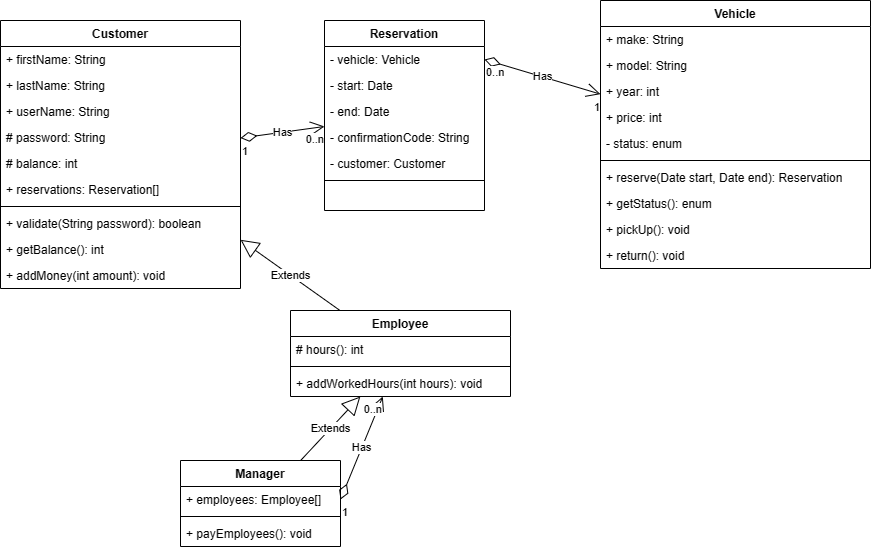
Above: docs/OtherDiagrams/class_diagrams.png in masoncfrancis/CS3450-5-App (draw.io), before the change. Source tidied: cells renumbered, new cells last; positions are measured from the earlier drawing's top-left corner, leaving out a move shared by most shapes.
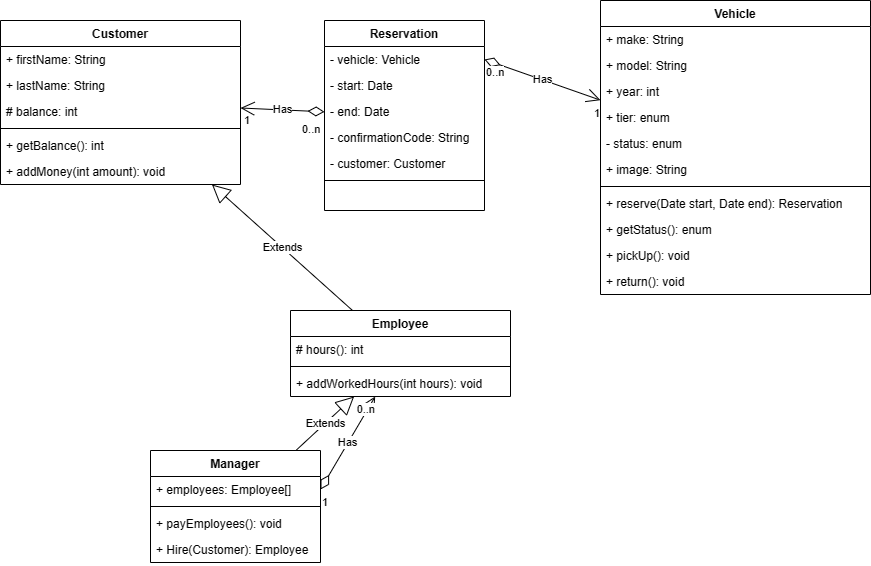
The same file after the commit.

Commit message:
updated class diagrams

The edit, as a diff of the source:
```diff
@@ -3,7 +3,7 @@
     <mxCell id="0" />
     <mxCell id="1" parent="0" />
     <mxCell id="2" value="Customer" style="swimlane;fontStyle=1;align=center;verticalAlign=top;horizontal=1;startSize=26;" parent="1" vertex="1">
-      <mxGeometry y="20" width="240" height="268" as="geometry" />
+      <mxGeometry y="20" width="240" height="164" as="geometry" />
     </mxCell>
     <mxCell id="3" value="+ firstName: String" style="text;strokeColor=none;fillColor=none;align=left;verticalAlign=top;spacingLeft=4;spacingRight=4;overflow=hidden;" parent="2" vertex="1">
       <mxGeometry y="26" width="240" height="26" as="geometry" />
@@ -11,29 +11,17 @@
     <mxCell id="4" value="+ lastName: String" style="text;strokeColor=none;fillColor=none;align=left;verticalAlign=top;spacingLeft=4;spacingRight=4;overflow=hidden;" parent="2" vertex="1">
       <mxGeometry y="52" width="240" height="26" as="geometry" />
     </mxCell>
-    <mxCell id="5" value="+ userName: String" style="text;strokeColor=none;fillColor=none;align=left;verticalAlign=top;spacingLeft=4;spacingRight=4;overflow=hidden;" parent="2" vertex="1">
-      <mxGeometry y="78" width="240" height="26" as="geometry" />
-    </mxCell>
-    <mxCell id="6" value="# password: String" style="text;strokeColor=none;fillColor=none;align=left;verticalAlign=top;spacingLeft=4;spacingRight=4;overflow=hidden;" parent="2" vertex="1">
-      <mxGeometry y="104" width="240" height="26" as="geometry" />
-    </mxCell>
     <mxCell id="7" value="# balance: int" style="text;strokeColor=none;fillColor=none;align=left;verticalAlign=top;spacingLeft=4;spacingRight=4;overflow=hidden;" parent="2" vertex="1">
-      <mxGeometry y="130" width="240" height="26" as="geometry" />
+      <mxGeometry y="78" width="240" height="26" as="geometry" />
     </mxCell>
-    <mxCell id="8" value="+ reservations: Reservation[]" style="text;strokeColor=none;fillColor=none;align=left;verticalAlign=top;spacingLeft=4;spacingRight=4;overflow=hidden;" parent="2" vertex="1">
-      <mxGeometry y="156" width="240" height="26" as="geometry" />
-    </mxCell>
     <mxCell id="9" style="line;strokeWidth=1;fillColor=none;align=left;verticalAlign=middle;spacingTop=-1;spacingLeft=3;spacingRight=3;labelPosition=right;strokeColor=inherit;" parent="2" vertex="1">
-      <mxGeometry y="182" width="240" height="8" as="geometry" />
+      <mxGeometry y="104" width="240" height="8" as="geometry" />
     </mxCell>
-    <mxCell id="10" value="+ validate(String password): boolean" style="text;strokeColor=none;fillColor=none;align=left;verticalAlign=top;spacingLeft=4;spacingRight=4;overflow=hidden;" parent="2" vertex="1">
-      <mxGeometry y="190" width="240" height="26" as="geometry" />
-    </mxCell>
     <mxCell id="11" value="+ getBalance(): int" style="text;strokeColor=none;fillColor=none;align=left;verticalAlign=top;spacingLeft=4;spacingRight=4;overflow=hidden;" parent="2" vertex="1">
-      <mxGeometry y="216" width="240" height="26" as="geometry" />
+      <mxGeometry y="112" width="240" height="26" as="geometry" />
     </mxCell>
     <mxCell id="12" value="+ addMoney(int amount): void" style="text;strokeColor=none;fillColor=none;align=left;verticalAlign=top;spacingLeft=4;spacingRight=4;overflow=hidden;" parent="2" vertex="1">
-      <mxGeometry y="242" width="240" height="26" as="geometry" />
+      <mxGeometry y="138" width="240" height="26" as="geometry" />
     </mxCell>
     <mxCell id="13" value="Employee" style="swimlane;fontStyle=1;align=center;verticalAlign=top;horizontal=1;startSize=26;" parent="1" vertex="1">
       <mxGeometry x="290" y="310" width="220" height="86" as="geometry" />
@@ -51,17 +39,20 @@
       <mxGeometry relative="1" as="geometry" />
     </mxCell>
     <mxCell id="18" value="Manager" style="swimlane;fontStyle=1;align=center;verticalAlign=top;horizontal=1;startSize=26;" parent="1" vertex="1">
-      <mxGeometry x="180" y="460" width="160" height="86" as="geometry" />
+      <mxGeometry x="150" y="450" width="170" height="112" as="geometry" />
     </mxCell>
     <mxCell id="19" value="+ employees: Employee[]" style="text;strokeColor=none;fillColor=none;align=left;verticalAlign=top;spacingLeft=4;spacingRight=4;overflow=hidden;points=[[0,0.5],[1,0.5]];portConstraint=eastwest;" parent="18" vertex="1">
-      <mxGeometry y="26" width="160" height="26" as="geometry" />
+      <mxGeometry y="26" width="170" height="26" as="geometry" />
     </mxCell>
     <mxCell id="20" style="line;strokeWidth=1;fillColor=none;align=left;verticalAlign=middle;spacingTop=-1;spacingLeft=3;spacingRight=3;labelPosition=right;strokeColor=inherit;" parent="18" vertex="1">
-      <mxGeometry y="52" width="160" height="8" as="geometry" />
+      <mxGeometry y="52" width="170" height="8" as="geometry" />
     </mxCell>
     <mxCell id="21" value="+ payEmployees(): void" style="text;strokeColor=none;fillColor=none;align=left;verticalAlign=top;spacingLeft=4;spacingRight=4;overflow=hidden;" parent="18" vertex="1">
-      <mxGeometry y="60" width="160" height="26" as="geometry" />
+      <mxGeometry y="60" width="170" height="26" as="geometry" />
     </mxCell>
+    <mxCell id="51" value="+ Hire(Customer): Employee" style="text;strokeColor=none;fillColor=none;align=left;verticalAlign=top;spacingLeft=4;spacingRight=4;overflow=hidden;" parent="18" vertex="1">
+      <mxGeometry y="86" width="170" height="26" as="geometry" />
+    </mxCell>
     <mxCell id="22" value="Extends" style="endArrow=block;endSize=16;endFill=0;html=1;rounded=0;" parent="1" edge="1" source="18" target="13">
       <mxGeometry relative="1" as="geometry" />
     </mxCell>
@@ -89,17 +80,21 @@
     <mxCell id="30" value=" " style="text;strokeColor=none;fillColor=none;align=left;verticalAlign=top;spacingLeft=4;spacingRight=4;overflow=hidden;" parent="23" vertex="1">
       <mxGeometry y="164" width="160" height="26" as="geometry" />
     </mxCell>
-    <mxCell id="31" value="Has" style="endArrow=open;html=1;endSize=12;startArrow=diamondThin;startSize=14;startFill=0;rounded=0;" parent="1" edge="1" source="2" target="23">
+    <mxCell id="31" value="Has" style="endArrow=open;html=1;endSize=12;startArrow=diamondThin;startSize=14;startFill=0;rounded=0;" parent="1" edge="1" source="23" target="2">
       <mxGeometry relative="1" as="geometry" />
     </mxCell>
-    <mxCell id="32" value="1" style="edgeLabel;html=1;align=left;verticalAlign=top;" parent="31" vertex="1">
-      <mxGeometry x="-1" relative="1" as="geometry" />
+    <mxCell id="32" value="0..n" style="edgeLabel;html=1;align=left;verticalAlign=top;" parent="31" vertex="1">
+      <mxGeometry x="-1" relative="1" as="geometry">
+        <mxPoint x="-24" y="5" as="offset" />
+      </mxGeometry>
     </mxCell>
-    <mxCell id="33" value="0..n" style="edgeLabel;html=1;align=right;verticalAlign=top;" parent="31" vertex="1">
-      <mxGeometry x="1" relative="1" as="geometry" />
+    <mxCell id="33" value="1" style="edgeLabel;html=1;align=right;verticalAlign=top;" parent="31" vertex="1">
+      <mxGeometry x="1" relative="1" as="geometry">
+        <mxPoint x="10" as="offset" />
+      </mxGeometry>
     </mxCell>
     <mxCell id="34" value="Vehicle" style="swimlane;fontStyle=1;align=center;verticalAlign=top;horizontal=1;startSize=26;" parent="1" vertex="1">
-      <mxGeometry x="600" width="270" height="268" as="geometry" />
+      <mxGeometry x="600" width="270" height="294" as="geometry" />
     </mxCell>
     <mxCell id="35" value="+ make: String" style="text;strokeColor=none;fillColor=none;align=left;verticalAlign=top;spacingLeft=4;spacingRight=4;overflow=hidden;" parent="34" vertex="1">
       <mxGeometry y="26" width="270" height="26" as="geometry" />
@@ -110,26 +105,29 @@
     <mxCell id="37" value="+ year: int" style="text;strokeColor=none;fillColor=none;align=left;verticalAlign=top;spacingLeft=4;spacingRight=4;overflow=hidden;" parent="34" vertex="1">
       <mxGeometry y="78" width="270" height="26" as="geometry" />
     </mxCell>
-    <mxCell id="38" value="+ price: int" style="text;strokeColor=none;fillColor=none;align=left;verticalAlign=top;spacingLeft=4;spacingRight=4;overflow=hidden;" parent="34" vertex="1">
+    <mxCell id="38" value="+ tier: enum" style="text;strokeColor=none;fillColor=none;align=left;verticalAlign=top;spacingLeft=4;spacingRight=4;overflow=hidden;" parent="34" vertex="1">
       <mxGeometry y="104" width="270" height="26" as="geometry" />
     </mxCell>
     <mxCell id="39" value="- status: enum" style="text;strokeColor=none;fillColor=none;align=left;verticalAlign=top;spacingLeft=4;spacingRight=4;overflow=hidden;" parent="34" vertex="1">
       <mxGeometry y="130" width="270" height="26" as="geometry" />
     </mxCell>
+    <mxCell id="52" value="+ image: String" style="text;strokeColor=none;fillColor=none;align=left;verticalAlign=top;spacingLeft=4;spacingRight=4;overflow=hidden;" parent="34" vertex="1">
+      <mxGeometry y="156" width="270" height="26" as="geometry" />
+    </mxCell>
     <mxCell id="40" style="line;strokeWidth=1;fillColor=none;align=left;verticalAlign=middle;spacingTop=-1;spacingLeft=3;spacingRight=3;labelPosition=right;strokeColor=inherit;" parent="34" vertex="1">
-      <mxGeometry y="156" width="270" height="8" as="geometry" />
+      <mxGeometry y="182" width="270" height="8" as="geometry" />
     </mxCell>
     <mxCell id="41" value="+ reserve(Date start, Date end): Reservation" style="text;strokeColor=none;fillColor=none;align=left;verticalAlign=top;spacingLeft=4;spacingRight=4;overflow=hidden;" parent="34" vertex="1">
-      <mxGeometry y="164" width="270" height="26" as="geometry" />
+      <mxGeometry y="190" width="270" height="26" as="geometry" />
     </mxCell>
     <mxCell id="42" value="+ getStatus(): enum" style="text;strokeColor=none;fillColor=none;align=left;verticalAlign=top;spacingLeft=4;spacingRight=4;overflow=hidden;" parent="34" vertex="1">
-      <mxGeometry y="190" width="270" height="26" as="geometry" />
+      <mxGeometry y="216" width="270" height="26" as="geometry" />
     </mxCell>
     <mxCell id="43" value="+ pickUp(): void" style="text;strokeColor=none;fillColor=none;align=left;verticalAlign=top;spacingLeft=4;spacingRight=4;overflow=hidden;" parent="34" vertex="1">
-      <mxGeometry y="216" width="270" height="26" as="geometry" />
+      <mxGeometry y="242" width="270" height="26" as="geometry" />
     </mxCell>
     <mxCell id="44" value="+ return(): void" style="text;strokeColor=none;fillColor=none;align=left;verticalAlign=top;spacingLeft=4;spacingRight=4;overflow=hidden;" parent="34" vertex="1">
-      <mxGeometry y="242" width="270" height="26" as="geometry" />
+      <mxGeometry y="268" width="270" height="26" as="geometry" />
     </mxCell>
     <mxCell id="45" value="Has" style="endArrow=open;html=1;endSize=12;startArrow=diamondThin;startSize=14;startFill=0;rounded=0;exitX=1;exitY=0.5;exitDx=0;exitDy=0;" parent="1" edge="1" source="19" target="13">
       <mxGeometry relative="1" as="geometry" />
```
